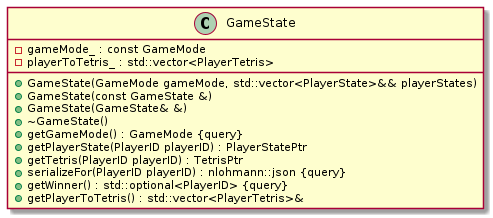
The PlantUML diagram res/uml/class/GameStateClass.png in ulb-info2-group5/Royal-Blocks, before a commit. Its source is kept beside it as doc/uml/class/game/tetris_royal_lib/GameStateClass.plantuml.
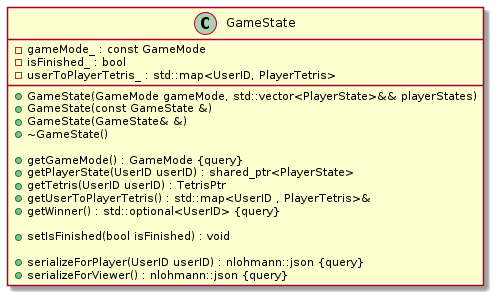
The same file after the commit.

What changed in the source:
```diff
@@ -6,18 +6,25 @@
 
 
 class GameState {
+	-gameMode_ : const GameMode
+	-isFinished_ : bool
+	-userToPlayerTetris_ : std::map<UserID, PlayerTetris>
+
 	+GameState(GameMode gameMode, std::vector<PlayerState>&& playerStates)
 	+GameState(const GameState &)
 	+GameState(GameState& &)
 	+~GameState()
+
 	+getGameMode() : GameMode {query}
-	+getPlayerState(PlayerID playerID) : PlayerStatePtr
-	+getTetris(PlayerID playerID) : TetrisPtr
-	-gameMode_ : const GameMode
-	+serializeFor(PlayerID playerID) : nlohmann::json {query}
-	+getWinner() : std::optional<PlayerID> {query}
-	-playerToTetris_ : std::vector<PlayerTetris>
-	+getPlayerToTetris() : std::vector<PlayerTetris>&
+	+getPlayerState(UserID userID) : shared_ptr<PlayerState>
+	+getTetris(UserID userID) : TetrisPtr
+	+getUserToPlayerTetris() : std::map<UserID , PlayerTetris>&
+	+getWinner() : std::optional<UserID> {query}
+
+	+setIsFinished(bool isFinished) : void
+
+	+serializeForPlayer(UserID userID) : nlohmann::json {query}
+	+serializeForViewer() : nlohmann::json {query}
 }
 
 
```
